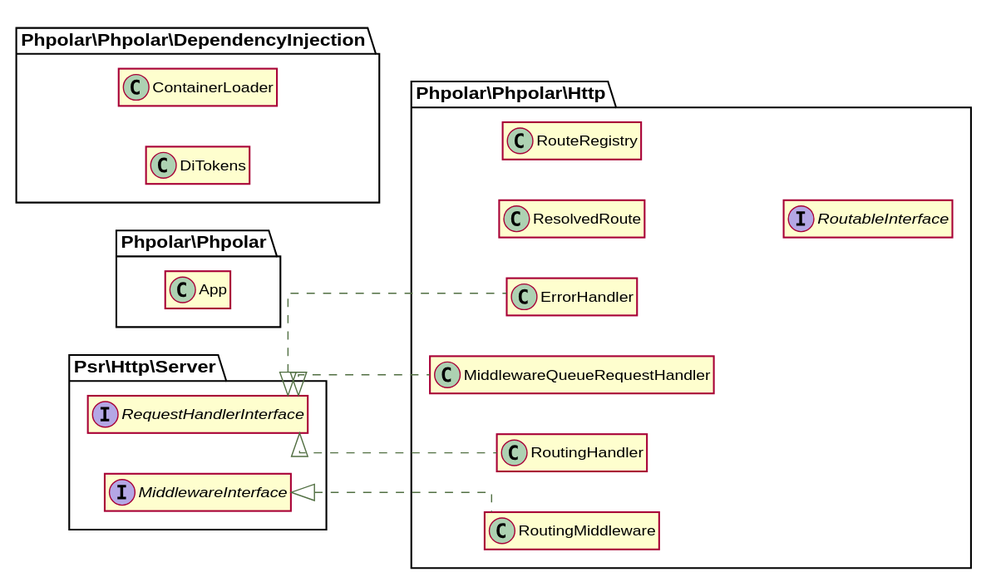
This is docs/graphs/classes.svg from phpolar/phpolar, a PlantUML export, as it was before one commit.
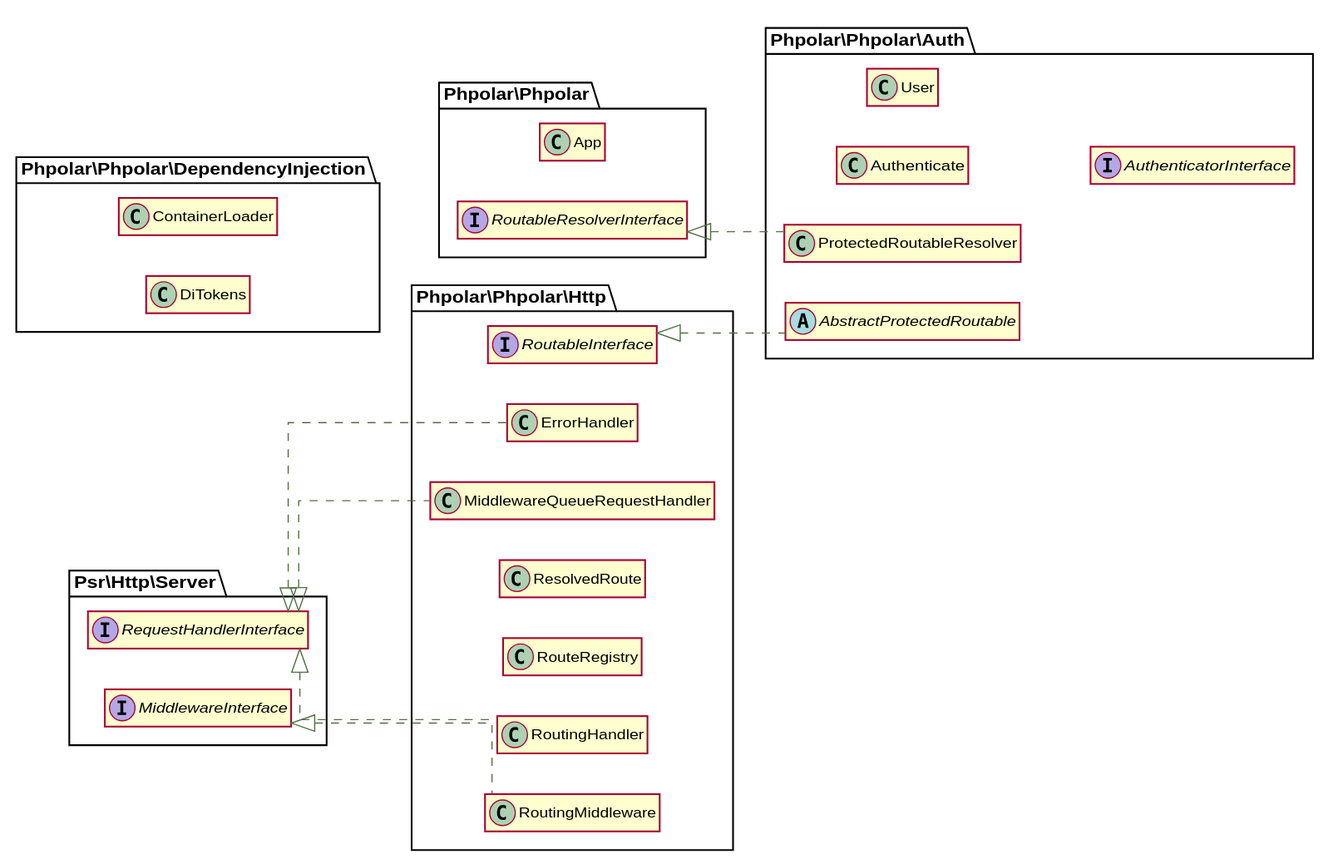
After the change.

The edit, as a diff of the source:
```diff
@@ -14,6 +14,24 @@
 
 
 class \\Phpolar\\Phpolar\\App {
+}
+
+interface \\Phpolar\\Phpolar\\RoutableResolverInterface {
+}
+
+abstract class \\Phpolar\\Phpolar\\Auth\\AbstractProtectedRoutable implements \\Phpolar\\Phpolar\\Http\\RoutableInterface {
+}
+
+class \\Phpolar\\Phpolar\\Auth\\Authenticate {
+}
+
+class \\Phpolar\\Phpolar\\Auth\\ProtectedRoutableResolver implements \\Phpolar\\Phpolar\\RoutableResolverInterface {
+}
+
+class \\Phpolar\\Phpolar\\Auth\\User {
+}
+
+interface \\Phpolar\\Phpolar\\Auth\\AuthenticatorInterface {
 }
 
 class \\Phpolar\\Phpolar\\DependencyInjection\\ContainerLoader {
```
